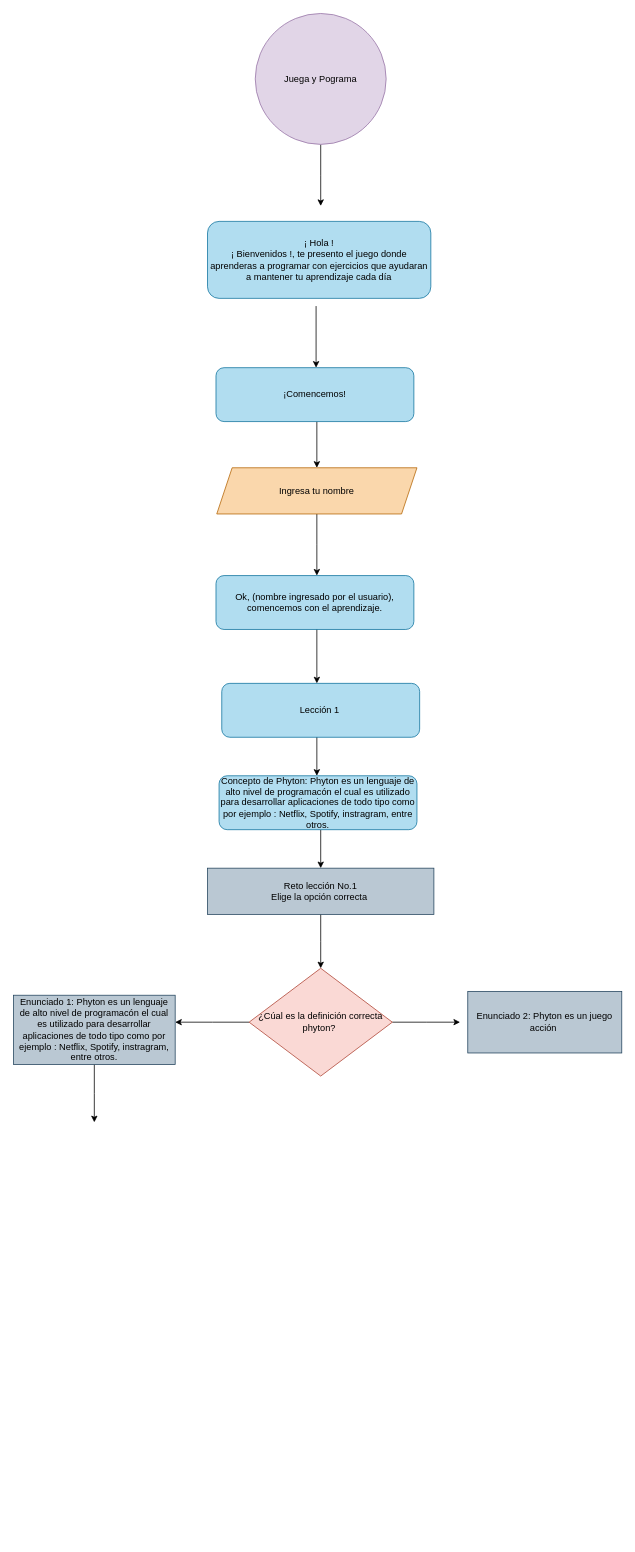
The draw.io diagram Juego.drawio in Daniela90-prog/Daniela.Programate, before the edit. Source tidied: cells renumbered, new cells numbered last; positions are measured from the earlier drawing's top-left corner, leaving out a move shared by most shapes. Both pictures are drawn from the tidied source at 77%, with x=0, y=0 at pixel (13, 13).
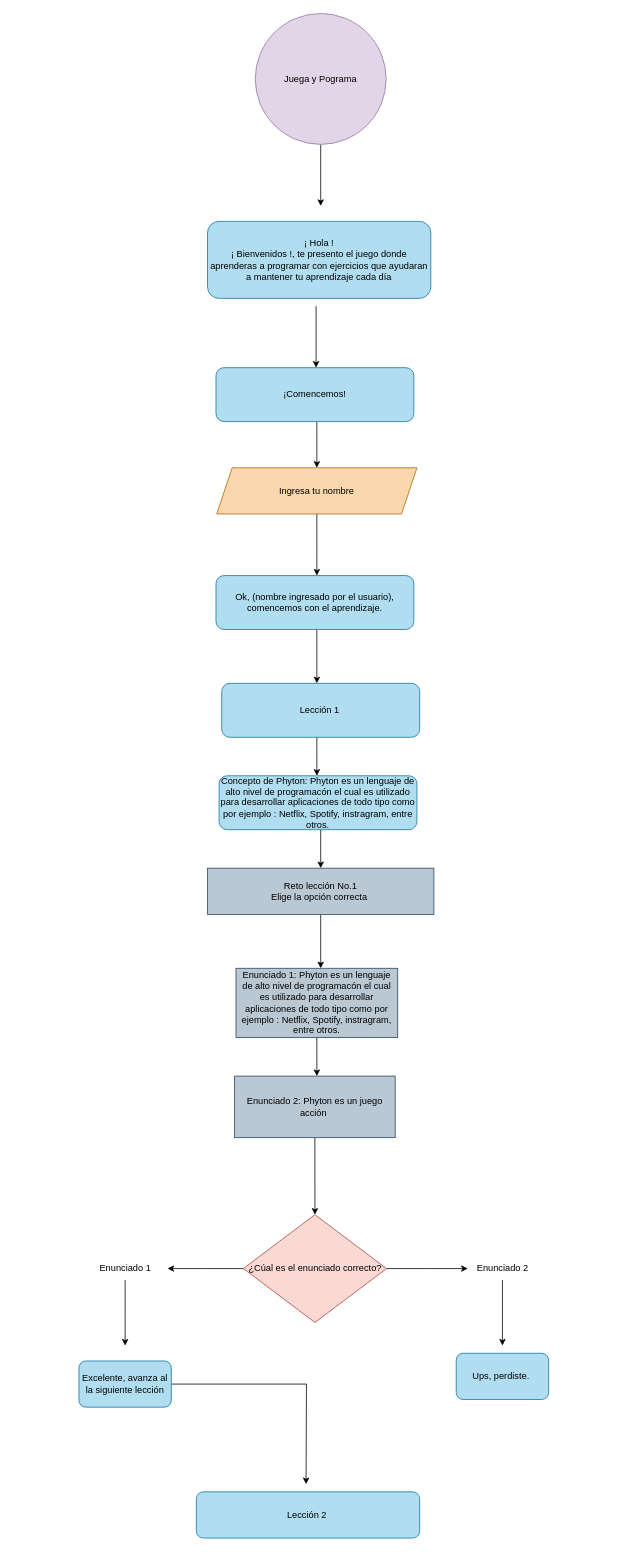
After the change.

The edit, as a diff of the source:
```diff
@@
-    <mxCell id="18" style="edgeStyle=orthogonalEdgeStyle;rounded=0;jettySize=auto;html=1;" parent="1" edge="1" source="20">
-      <mxGeometry relative="1" as="geometry">
-        <mxPoint x="210" y="1310" as="targetPoint" />
-      </mxGeometry>
-    </mxCell>
-    <mxCell id="19" style="edgeStyle=orthogonalEdgeStyle;rounded=0;jettySize=auto;html=1;exitX=1;exitY=0.5;exitDx=0;exitDy=0;" parent="1" edge="1" source="20">
-      <mxGeometry relative="1" as="geometry">
-        <mxPoint x="580" y="1310" as="targetPoint" />
-      </mxGeometry>
-    </mxCell>
+    <mxCell id="24" style="edgeStyle=orthogonalEdgeStyle;rounded=0;jettySize=auto;html=1;exitX=0;exitY=0.5;exitDx=0;exitDy=0;" parent="1" edge="1" source="20">
+      <mxGeometry relative="1" as="geometry">
+        <mxPoint x="200" y="1630" as="targetPoint" />
+      </mxGeometry>
+    </mxCell>
+    <mxCell id="25" style="edgeStyle=orthogonalEdgeStyle;rounded=0;jettySize=auto;html=1;exitX=1;exitY=0.5;exitDx=0;exitDy=0;" parent="1" edge="1" source="20">
+      <mxGeometry relative="1" as="geometry">
+        <mxPoint x="590" y="1630" as="targetPoint" />
+      </mxGeometry>
+    </mxCell>
-    <mxCell id="20" value="¿Cúal es la definición correcta phyton?&amp;nbsp;" style="rhombus;whiteSpace=wrap;html=1;fillColor=#fad9d5;strokeColor=#ae4132;" parent="1" vertex="1">
-      <mxGeometry x="306" y="1240" width="186" height="140" as="geometry" />
+    <mxCell id="20" value="¿Cúal es el enunciado correcto?" style="rhombus;whiteSpace=wrap;html=1;fillColor=#fad9d5;strokeColor=#ae4132;" parent="1" vertex="1">
+      <mxGeometry x="298.5" y="1560" width="186" height="140" as="geometry" />
     </mxCell>
-    <mxCell id="21" style="edgeStyle=orthogonalEdgeStyle;rounded=0;jettySize=auto;html=1;" parent="1" edge="1" source="22">
-      <mxGeometry relative="1" as="geometry">
-        <mxPoint x="105" y="1440" as="targetPoint" />
-      </mxGeometry>
-    </mxCell>
+    <mxCell id="26" style="edgeStyle=orthogonalEdgeStyle;rounded=0;jettySize=auto;html=1;exitX=0.5;exitY=1;exitDx=0;exitDy=0;" parent="1" edge="1" source="22">
+      <mxGeometry relative="1" as="geometry">
+        <mxPoint x="394" y="1380" as="targetPoint" />
+      </mxGeometry>
+    </mxCell>
     <mxCell id="22" value="Enunciado 1: Phyton es un lenguaje de alto nivel de programacón el cual es utilizado para desarrollar aplicaciones de todo tipo como por ejemplo : Netflix, Spotify, instragram, entre otros." style="rounded=0;whiteSpace=wrap;html=1;fillColor=#bac8d3;strokeColor=#23445d;" parent="1" vertex="1">
-      <mxGeometry y="1275" width="210" height="90" as="geometry" />
+      <mxGeometry x="289" y="1240" width="210" height="90" as="geometry" />
     </mxCell>
+    <mxCell id="27" style="edgeStyle=orthogonalEdgeStyle;rounded=0;jettySize=auto;html=1;exitX=0.5;exitY=1;exitDx=0;exitDy=0;entryX=0.5;entryY=0;entryDx=0;entryDy=0;" parent="1" edge="1" source="23" target="20">
+      <mxGeometry relative="1" as="geometry" />
+    </mxCell>
     <mxCell id="23" value="Enunciado 2: Phyton es un juego acción&amp;nbsp;" style="rounded=0;whiteSpace=wrap;html=1;fillColor=#bac8d3;strokeColor=#23445d;" parent="1" vertex="1">
-      <mxGeometry x="590" y="1270" width="200" height="80" as="geometry" />
+      <mxGeometry x="287.2" y="1380" width="208.5" height="80" as="geometry" />
     </mxCell>
+    <mxCell id="28" style="edgeStyle=orthogonalEdgeStyle;rounded=0;jettySize=auto;html=1;" parent="1" edge="1" source="29">
+      <mxGeometry relative="1" as="geometry">
+        <mxPoint x="145" y="1730" as="targetPoint" />
+      </mxGeometry>
+    </mxCell>
+    <mxCell id="29" value="Enunciado 1" style="text;html=1;align=center;verticalAlign=middle;points=[];strokeColor=none;fillColor=none;" parent="1" vertex="1">
+      <mxGeometry x="100" y="1615" width="90" height="30" as="geometry" />
+    </mxCell>
+    <mxCell id="30" style="edgeStyle=orthogonalEdgeStyle;rounded=0;jettySize=auto;html=1;" parent="1" edge="1" source="31">
+      <mxGeometry relative="1" as="geometry">
+        <mxPoint x="635" y="1730" as="targetPoint" />
+      </mxGeometry>
+    </mxCell>
+    <mxCell id="31" value="Enunciado 2" style="text;html=1;align=center;verticalAlign=middle;points=[];strokeColor=none;fillColor=none;" parent="1" vertex="1">
+      <mxGeometry x="590" y="1615" width="90" height="30" as="geometry" />
+    </mxCell>
+    <mxCell id="32" style="edgeStyle=orthogonalEdgeStyle;rounded=0;jettySize=auto;html=1;" parent="1" edge="1" source="33">
+      <mxGeometry relative="1" as="geometry">
+        <mxPoint x="380" y="1910" as="targetPoint" />
+      </mxGeometry>
+    </mxCell>
+    <mxCell id="33" value="Excelente, avanza al la siguiente lección" style="rounded=1;whiteSpace=wrap;html=1;fillColor=#b1ddf0;strokeColor=#10739e;" parent="1" vertex="1">
+      <mxGeometry x="85" y="1750" width="120" height="60" as="geometry" />
+    </mxCell>
+    <mxCell id="34" value="Ups, perdiste.&amp;nbsp;" style="rounded=1;whiteSpace=wrap;html=1;fillColor=#b1ddf0;strokeColor=#10739e;" parent="1" vertex="1">
+      <mxGeometry x="575" y="1740" width="120" height="60" as="geometry" />
+    </mxCell>
+    <mxCell id="35" value="Lección 2&amp;nbsp;" style="rounded=1;whiteSpace=wrap;html=1;fillColor=#b1ddf0;strokeColor=#10739e;" parent="1" vertex="1">
+      <mxGeometry x="237.5" y="1920" width="290" height="60" as="geometry" />
+    </mxCell>
```
